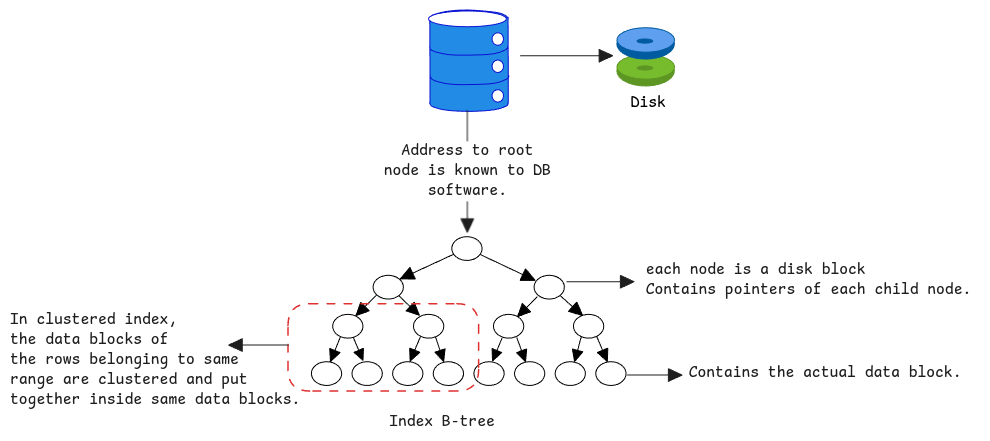
Earlier version of the Excalidraw export static/img/database-indexes.excalidraw.png (swaroopar/inprogress-engineer). Source tidied: one line per element, renumbered; positions are measured from the earlier drawing's top-left corner, leaving out a move shared by most shapes.
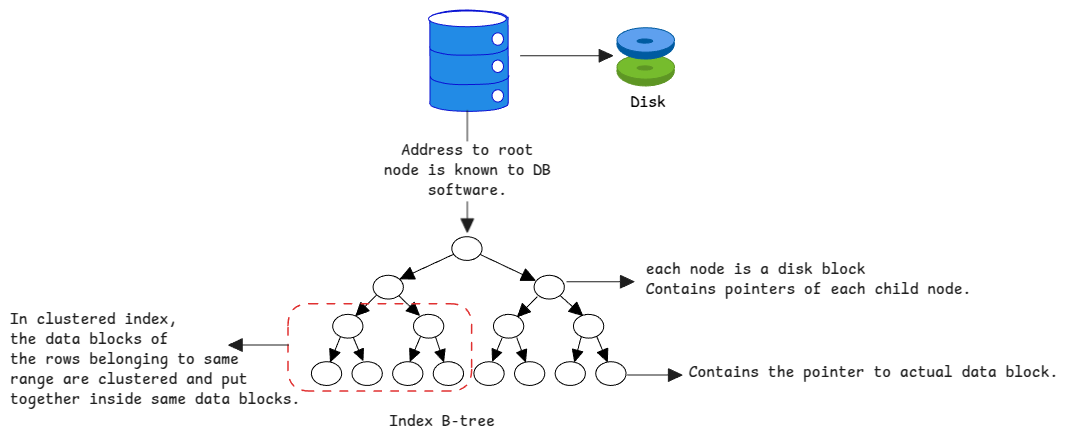
The same diagram one commit later.

What changed in the source:
```diff
@@ -48,7 +48,7 @@
 {"id": 47, "type": "arrow", "strokeColor": "#1e1e1e", "strokeWidth": 1, "roughness": 0, "endArrowhead": "triangle", "round": true, "x": 557, "y": 272, "width": 67, "height": 0, "points": [[0, 0], [67, 0]]}
 {"id": 48, "type": "text", "text": "each node is a disk block\nContains pointers of each child node. ", "strokeColor": "#1e1e1e", "strokeWidth": 1, "roughness": 0, "fontSize": 16, "fontFamily": 8, "x": 636, "y": 250, "width": 334, "height": 40}
 {"id": 49, "type": "arrow", "strokeColor": "#1e1e1e", "strokeWidth": 1, "roughness": 0, "endArrowhead": "triangle", "round": true, "x": 617, "y": 365, "width": 55, "height": 0, "points": [[0, 0], [55, 0]]}
-{"id": 50, "type": "text", "text": "Contains the actual data block.", "strokeColor": "#1e1e1e", "strokeWidth": 1, "roughness": 0, "fontSize": 16, "fontFamily": 8, "x": 679, "y": 353, "width": 273, "height": 20}
+{"id": 50, "type": "text", "text": "Contains the pointer to actual data block.", "strokeColor": "#1e1e1e", "strokeWidth": 1, "roughness": 0, "fontSize": 16, "fontFamily": 8, "x": 679, "y": 353, "width": 370, "height": 20}
-{"id": 51, "type": "rectangle", "strokeColor": "#e03131", "strokeWidth": 1, "strokeStyle": "dashed", "roughness": 0, "round": true, "x": 278, "y": 294, "width": 191, "height": 87}
+{"id": 51, "type": "rectangle", "strokeColor": "#e03131", "strokeWidth": 1, "strokeStyle": "dashed", "roughness": 0, "round": true, "x": 278, "y": 294, "width": 184, "height": 87}
 {"id": 52, "type": "arrow", "strokeColor": "#1e1e1e", "strokeWidth": 1, "roughness": 0, "endArrowhead": "triangle", "round": true, "x": 279, "y": 335, "width": 60, "height": 0, "points": [[0, 0], [-60, 0]]}
 {"id": 53, "type": "text", "text": "In clustered index, \nthe data blocks of \nthe rows belonging to same \nrange are clustered and put \ntogether inside same data blocks.", "strokeColor": "#1e1e1e", "strokeWidth": 1, "roughness": 0, "fontSize": 16, "fontFamily": 8, "x": 0, "y": 300, "width": 290, "height": 100}
```
